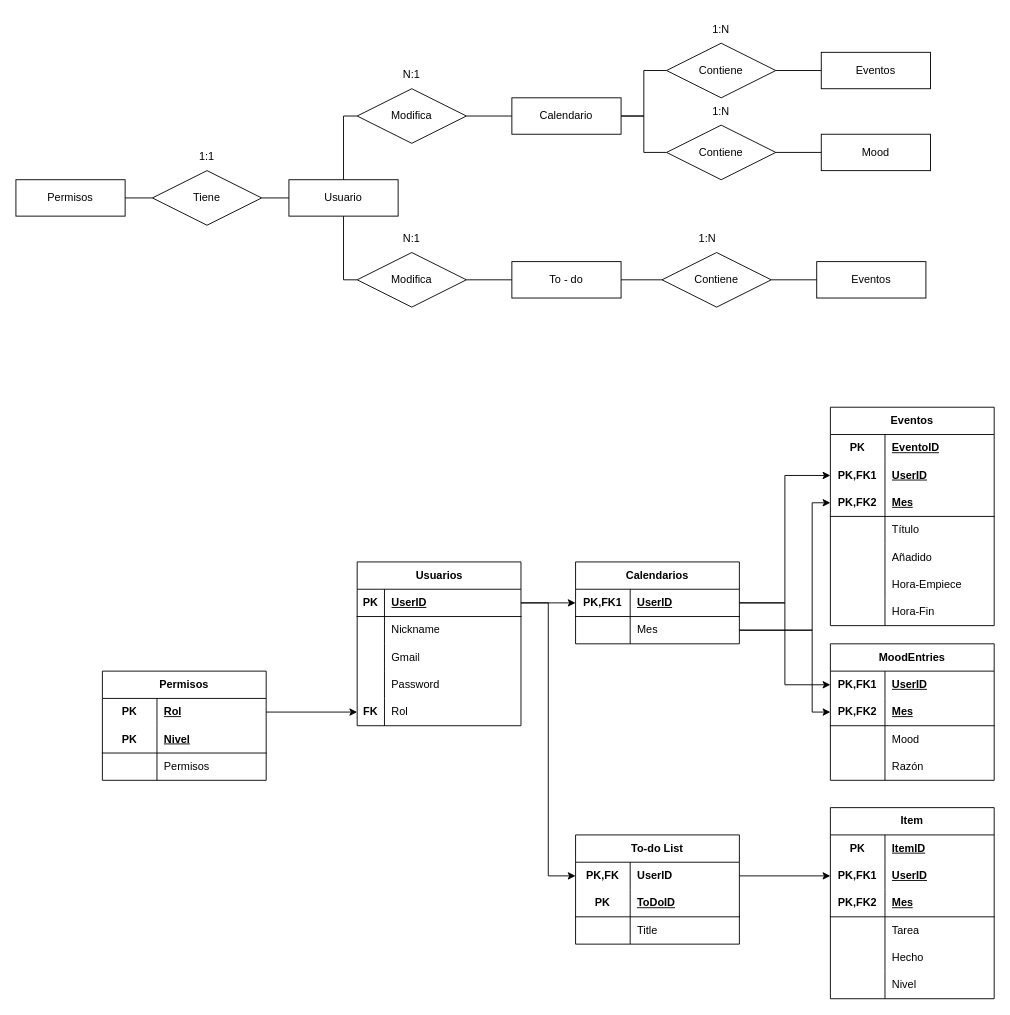
The draw.io diagram BBDD.drawio in Rackxso/LiveNotes, before the edit. Source tidied: cells renumbered, new cells numbered last; positions are measured from the earlier drawing's top-left corner, leaving out a move shared by most shapes. Both pictures are drawn from the tidied source at 91%, with x=0, y=0 at pixel (15, 15).
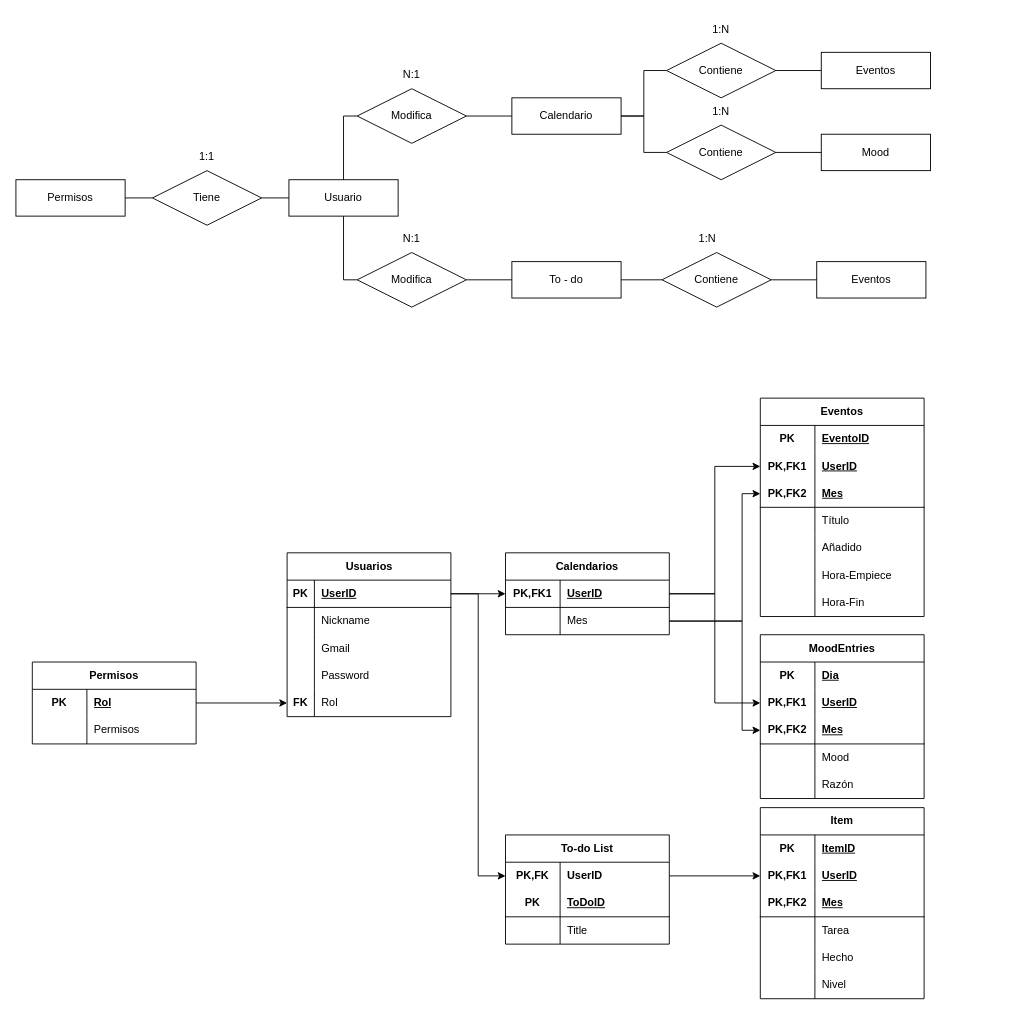
Above is the later version.

Unchanged cells that the change refers to:
```xml
<mxCell id="34" style="shape=tableRow;horizontal=0;startSize=0;swimlaneHead=0;swimlaneBody=0;fillColor=none;points=[[0,0.5],[1,0.5]];portConstraint=eastwest;top=0;left=0;right=0;bottom=1;" parent="33" vertex="1">
  <mxGeometry y="30" width="180" height="30" as="geometry" />
</mxCell>
<mxCell id="37" style="shape=tableRow;horizontal=0;startSize=0;swimlaneHead=0;swimlaneBody=0;fillColor=none;points=[[0,0.5],[1,0.5]];portConstraint=eastwest;top=0;left=0;right=0;bottom=0;html=1;" parent="33" vertex="1">
  <mxGeometry y="60" width="180" height="30" as="geometry" />
</mxCell>
<mxCell id="50" style="shape=tableRow;horizontal=0;startSize=0;swimlaneHead=0;swimlaneBody=0;fillColor=none;points=[[0,0.5],[1,0.5]];portConstraint=eastwest;top=0;left=0;right=0;bottom=0;html=1;" parent="46" vertex="1">
  <mxGeometry y="60" width="180" height="30" as="geometry" />
</mxCell>
<mxCell id="53" style="shape=tableRow;horizontal=0;startSize=0;swimlaneHead=0;swimlaneBody=0;fillColor=none;points=[[0,0.5],[1,0.5]];portConstraint=eastwest;top=0;left=0;right=0;bottom=1;html=1;" parent="46" vertex="1">
  <mxGeometry y="90" width="180" height="30" as="geometry" />
</mxCell>
```

The edit, as a diff of the source:
```diff
@@
     <mxCell id="17" value="Usuarios" style="shape=table;startSize=30;childLayout=tableLayout;rowLines=0;fontStyle=1;align=center;html=1;" parent="1" vertex="1">
-      <mxGeometry x="375" y="600" width="180" height="180" as="geometry" />
+      <mxGeometry x="298" y="590" width="180" height="180" as="geometry" />
     </mxCell>
@@
     <mxCell id="33" value="Calendarios" style="shape=table;startSize=30;childLayout=tableLayout;rowLines=0;fontStyle=1;align=center;html=1;whiteSpace=wrap;" parent="1" vertex="1">
-      <mxGeometry x="615" y="600" width="180" height="90" as="geometry" />
+      <mxGeometry x="538" y="590" width="180" height="90" as="geometry" />
     </mxCell>
@@
     <mxCell id="46" value="Eventos" style="shape=table;startSize=30;childLayout=tableLayout;rowLines=0;fontStyle=1;align=center;html=1;whiteSpace=wrap;" parent="1" vertex="1">
-      <mxGeometry x="895" y="430" width="180" height="240" as="geometry" />
+      <mxGeometry x="818" y="420" width="180" height="240" as="geometry" />
     </mxCell>
@@
     <mxCell id="68" style="edgeStyle=orthogonalEdgeStyle;rounded=0;jettySize=auto;html=1;entryX=0;entryY=0.5;entryDx=0;entryDy=0;" parent="1" edge="1" source="34" target="50">
       <mxGeometry relative="1" as="geometry">
         <Array as="points">
-          <mxPoint x="845" y="645" />
-          <mxPoint x="845" y="505" />
+          <mxPoint x="768" y="635" />
+          <mxPoint x="768" y="495" />
         </Array>
       </mxGeometry>
     </mxCell>
     <mxCell id="69" style="edgeStyle=orthogonalEdgeStyle;rounded=0;jettySize=auto;html=1;entryX=0;entryY=0.5;entryDx=0;entryDy=0;" parent="1" edge="1" source="37" target="53">
       <mxGeometry relative="1" as="geometry">
         <Array as="points">
-          <mxPoint x="875" y="675" />
-          <mxPoint x="875" y="535" />
+          <mxPoint x="798" y="665" />
+          <mxPoint x="798" y="525" />
         </Array>
       </mxGeometry>
     </mxCell>
@@
     <mxCell id="75" value="MoodEntries" style="shape=table;startSize=30;childLayout=tableLayout;rowLines=0;fontStyle=1;align=center;html=1;whiteSpace=wrap;" parent="1" vertex="1">
-      <mxGeometry x="895" y="690" width="180" height="150" as="geometry" />
+      <mxGeometry x="818" y="680" width="180" height="180" as="geometry" />
     </mxCell>
+    <mxCell id="138" style="shape=tableRow;horizontal=0;startSize=0;swimlaneHead=0;swimlaneBody=0;fillColor=none;top=0;left=0;right=0;bottom=0;html=1;" parent="75" vertex="1">
+      <mxGeometry y="30" width="180" height="30" as="geometry" />
+    </mxCell>
+    <mxCell id="97" value="PK" style="shape=partialRectangle;fillColor=none;top=0;left=0;bottom=0;right=0;fontStyle=1;overflow=hidden;html=1;whiteSpace=wrap;" parent="138" vertex="1">
+      <mxGeometry width="60" height="30" as="geometry" />
+    </mxCell>
+    <mxCell id="139" value="Dia" style="shape=partialRectangle;fillColor=none;top=0;left=0;bottom=0;right=0;align=left;spacingLeft=6;fontStyle=5;overflow=hidden;html=1;whiteSpace=wrap;" parent="138" vertex="1">
+      <mxGeometry x="60" width="120" height="30" as="geometry" />
+    </mxCell>
     <mxCell id="76" style="shape=tableRow;horizontal=0;startSize=0;swimlaneHead=0;swimlaneBody=0;fillColor=none;points=[[0,0.5],[1,0.5]];portConstraint=eastwest;top=0;left=0;right=0;bottom=0;html=1;" parent="75" vertex="1">
-      <mxGeometry y="30" width="180" height="30" as="geometry" />
+      <mxGeometry y="60" width="180" height="30" as="geometry" />
     </mxCell>
@@
     <mxCell id="79" style="shape=tableRow;horizontal=0;startSize=0;swimlaneHead=0;swimlaneBody=0;fillColor=none;points=[[0,0.5],[1,0.5]];portConstraint=eastwest;top=0;left=0;right=0;bottom=1;html=1;" parent="75" vertex="1">
-      <mxGeometry y="60" width="180" height="30" as="geometry" />
+      <mxGeometry y="90" width="180" height="30" as="geometry" />
     </mxCell>
@@
     <mxCell id="82" style="shape=tableRow;horizontal=0;startSize=0;swimlaneHead=0;swimlaneBody=0;fillColor=none;top=0;left=0;right=0;bottom=0;html=1;" parent="75" vertex="1">
-      <mxGeometry y="90" width="180" height="30" as="geometry" />
+      <mxGeometry y="120" width="180" height="30" as="geometry" />
     </mxCell>
@@
     <mxCell id="85" style="shape=tableRow;horizontal=0;startSize=0;swimlaneHead=0;swimlaneBody=0;fillColor=none;top=0;left=0;right=0;bottom=0;html=1;" parent="75" vertex="1">
-      <mxGeometry y="120" width="180" height="30" as="geometry" />
+      <mxGeometry y="150" width="180" height="30" as="geometry" />
     </mxCell>
@@
     <mxCell id="88" style="edgeStyle=orthogonalEdgeStyle;rounded=0;jettySize=auto;html=1;entryX=0;entryY=0.5;entryDx=0;entryDy=0;" parent="1" edge="1" source="37" target="79">
       <mxGeometry relative="1" as="geometry">
         <Array as="points">
-          <mxPoint x="875" y="675" />
-          <mxPoint x="875" y="765" />
+          <mxPoint x="798" y="665" />
+          <mxPoint x="798" y="785" />
         </Array>
       </mxGeometry>
     </mxCell>
     <mxCell id="89" style="edgeStyle=orthogonalEdgeStyle;rounded=0;jettySize=auto;html=1;entryX=0;entryY=0.5;entryDx=0;entryDy=0;" parent="1" edge="1" source="34" target="76">
-      <mxGeometry relative="1" as="geometry" />
+      <mxGeometry relative="1" as="geometry">
+        <Array as="points">
+          <mxPoint x="768" y="635" />
+          <mxPoint x="768" y="755" />
+        </Array>
+      </mxGeometry>
     </mxCell>
@@
     <mxCell id="92" value="Permisos" style="shape=table;startSize=30;childLayout=tableLayout;rowLines=0;fontStyle=1;align=center;html=1;whiteSpace=wrap;" parent="1" vertex="1">
-      <mxGeometry x="95" y="720" width="180" height="120" as="geometry" />
+      <mxGeometry x="18" y="710" width="180" height="90" as="geometry" />
     </mxCell>
@@
-    <mxCell id="96" style="shape=tableRow;horizontal=0;startSize=0;swimlaneHead=0;swimlaneBody=0;fillColor=none;top=0;left=0;right=0;bottom=1;html=1;" parent="92" vertex="1">
-      <mxGeometry y="60" width="180" height="30" as="geometry" />
-    </mxCell>
-    <mxCell id="97" value="PK" style="shape=partialRectangle;fillColor=none;top=0;left=0;bottom=0;right=0;fontStyle=1;overflow=hidden;html=1;whiteSpace=wrap;" parent="96" vertex="1">
-      <mxGeometry width="60" height="30" as="geometry" />
-    </mxCell>
-    <mxCell id="98" value="Nivel" style="shape=partialRectangle;fillColor=none;top=0;left=0;bottom=0;right=0;align=left;spacingLeft=6;fontStyle=5;overflow=hidden;html=1;whiteSpace=wrap;" parent="96" vertex="1">
-      <mxGeometry x="60" width="120" height="30" as="geometry" />
-    </mxCell>
     <mxCell id="99" style="shape=tableRow;horizontal=0;startSize=0;swimlaneHead=0;swimlaneBody=0;fillColor=none;top=0;left=0;right=0;bottom=0;html=1;" parent="92" vertex="1">
-      <mxGeometry y="90" width="180" height="30" as="geometry" />
+      <mxGeometry y="60" width="180" height="30" as="geometry" />
     </mxCell>
@@
     <mxCell id="102" value="Item" style="shape=table;startSize=30;childLayout=tableLayout;rowLines=0;fontStyle=1;align=center;html=1;whiteSpace=wrap;" parent="1" vertex="1">
-      <mxGeometry x="895" y="870" width="180" height="210" as="geometry" />
+      <mxGeometry x="818" y="870" width="180" height="210" as="geometry" />
     </mxCell>
@@
     <mxCell id="126" value="To-do List" style="shape=table;startSize=30;childLayout=tableLayout;rowLines=0;fontStyle=1;align=center;html=1;whiteSpace=wrap;" parent="1" vertex="1">
-      <mxGeometry x="615" y="900" width="180" height="120" as="geometry" />
+      <mxGeometry x="538" y="900" width="180" height="120" as="geometry" />
     </mxCell>
```
